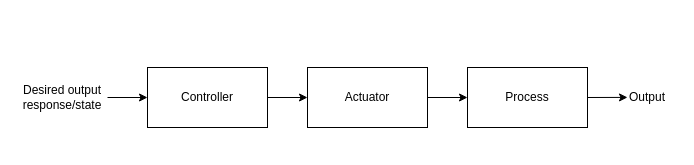
Above: page "process" (2 of 15) of src/resources/control-001.drawio in harleylara/robotics (draw.io), before the change. Source tidied: cells renumbered, new cells numbered last; positions are measured from the earlier drawing's top-left corner, leaving out a move shared by most shapes. Both pictures are drawn from the tidied source at 100%, with x=0, y=0 at pixel (17, 67).
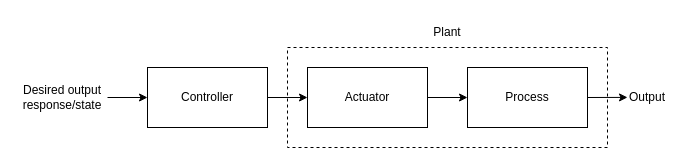
The same page after the edit.

Change to the diagram source:
```diff
@@
 <mxGraphModel>
   <root>
     <mxCell id="0" />
     <mxCell id="1" parent="0" />
     <mxCell id="2" style="edgeStyle=none;rounded=0;jettySize=auto;html=1;exitX=1;exitY=0.5;exitDx=0;exitDy=0;entryX=0;entryY=0.5;entryDx=0;entryDy=0;" parent="1" edge="1" source="3" target="5">
       <mxGeometry relative="1" as="geometry" />
     </mxCell>
     <mxCell id="3" value="Controller" style="rounded=0;whiteSpace=wrap;html=1;" parent="1" vertex="1">
       <mxGeometry x="130" width="120" height="60" as="geometry" />
     </mxCell>
     <mxCell id="4" style="edgeStyle=none;rounded=0;jettySize=auto;html=1;exitX=1;exitY=0.5;exitDx=0;exitDy=0;entryX=0;entryY=0.5;entryDx=0;entryDy=0;" parent="1" edge="1" source="5" target="7">
       <mxGeometry relative="1" as="geometry" />
     </mxCell>
     <mxCell id="5" value="Actuator" style="rounded=0;whiteSpace=wrap;html=1;" parent="1" vertex="1">
       <mxGeometry x="290" width="120" height="60" as="geometry" />
     </mxCell>
     <mxCell id="6" style="edgeStyle=none;rounded=0;jettySize=auto;html=1;exitX=1;exitY=0.5;exitDx=0;exitDy=0;" parent="1" edge="1" source="7">
       <mxGeometry relative="1" as="geometry">
         <mxPoint x="610" y="29.9" as="targetPoint" />
       </mxGeometry>
     </mxCell>
     <mxCell id="7" value="Process" style="rounded=0;whiteSpace=wrap;html=1;" parent="1" vertex="1">
       <mxGeometry x="450" width="120" height="60" as="geometry" />
     </mxCell>
     <mxCell id="8" value="Output" style="text;html=1;strokeColor=none;fillColor=none;align=center;verticalAlign=middle;whiteSpace=wrap;rounded=0;" parent="1" vertex="1">
       <mxGeometry x="600" y="15" width="60" height="30" as="geometry" />
     </mxCell>
     <mxCell id="9" style="edgeStyle=none;rounded=0;jettySize=auto;html=1;exitX=1;exitY=0.5;exitDx=0;exitDy=0;entryX=0;entryY=0.5;entryDx=0;entryDy=0;" parent="1" edge="1" source="10" target="3">
       <mxGeometry relative="1" as="geometry" />
     </mxCell>
     <mxCell id="10" value="Desired output response/state" style="text;html=1;strokeColor=none;fillColor=none;align=center;verticalAlign=middle;whiteSpace=wrap;rounded=0;" parent="1" vertex="1">
       <mxGeometry y="15" width="90" height="30" as="geometry" />
     </mxCell>
+    <mxCell id="11" style="rounded=0;whiteSpace=wrap;html=1;fillColor=none;dashed=1;" parent="1" vertex="1">
+      <mxGeometry x="270" y="-20" width="320" height="100" as="geometry" />
+    </mxCell>
+    <mxCell id="12" value="Plant" style="text;html=1;align=center;verticalAlign=middle;whiteSpace=wrap;rounded=0;" parent="1" vertex="1">
+      <mxGeometry x="400" y="-50" width="60" height="30" as="geometry" />
+    </mxCell>
   </root>
 </mxGraphModel>
```
